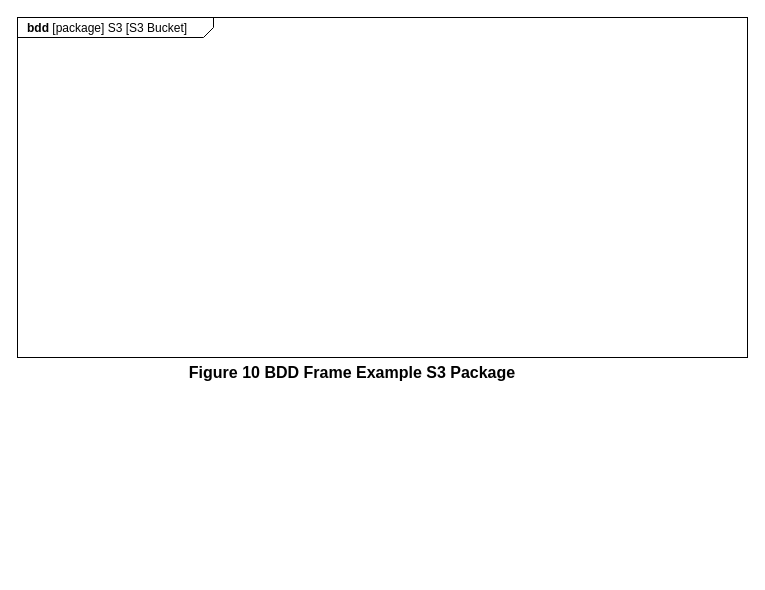
Earlier version of the draw.io diagram page "BDD Frame" (1 of 6) of SysML Lessons/Lesson Views and SVGs/5_BDDs_Blocks&Properties.drawio (JeffreyWerth/AWS-Architecture-Model-Repository). Source tidied: cells renumbered, new cells numbered last; positions are measured from the earlier drawing's top-left corner, leaving out a move shared by most shapes. Both pictures are drawn from the tidied source at 100%, with x=0, y=0 at pixel (17, 17).
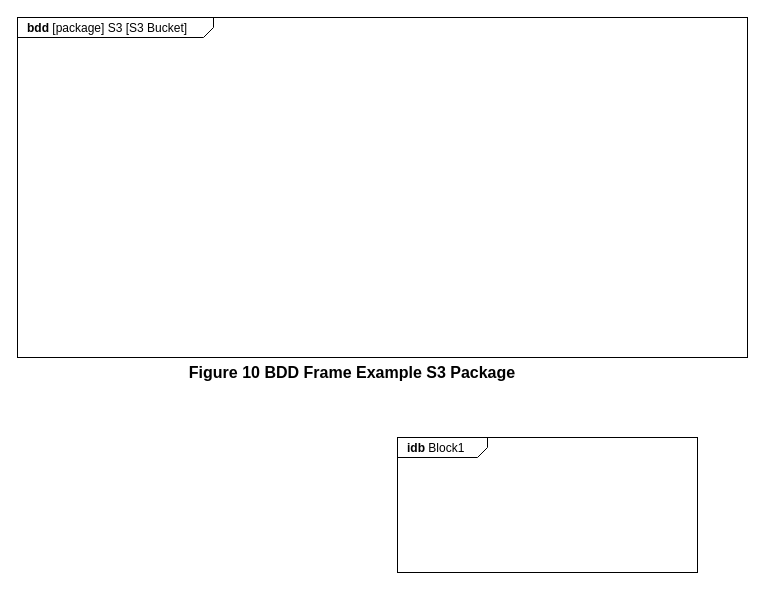
The same diagram, later.

Diff of the diagram source:
```diff
@@
 <mxGraphModel>
   <root>
     <mxCell id="0" />
     <mxCell id="1" parent="0" />
     <mxCell id="2" value="&lt;p style=&quot;margin: 0px ; margin-top: 4px ; margin-left: 10px ; text-align: left&quot;&gt;&lt;b&gt;bdd&lt;/b&gt; [package] S3 [S3 Bucket]&lt;/p&gt;" style="html=1;strokeWidth=1;shape=mxgraph.sysml.package;html=1;overflow=fill;whiteSpace=wrap;fillColor=none;gradientColor=none;fontSize=12;align=center;labelX=196;" parent="1" vertex="1">
       <mxGeometry width="730" height="340" as="geometry" />
     </mxCell>
     <mxCell id="3" value="&lt;font style=&quot;font-size: 16px;&quot;&gt;Figure 10 BDD Frame Example S3 Package&lt;/font&gt;" style="text;html=1;strokeColor=none;fillColor=none;align=center;verticalAlign=middle;whiteSpace=wrap;rounded=0;fontStyle=1;fontSize=16;" parent="1" vertex="1">
       <mxGeometry x="170" y="340" width="330" height="30" as="geometry" />
     </mxCell>
+    <mxCell id="4" value="&lt;p style=&quot;margin:0px;margin-top:4px;margin-left:10px;text-align:left;&quot;&gt;&lt;b&gt;idb&lt;/b&gt;   Block1&lt;/p&gt;" style="html=1;shape=mxgraph.sysml.package;html=1;overflow=fill;whiteSpace=wrap;" parent="1" vertex="1">
+      <mxGeometry x="380" y="420" width="300" height="135" as="geometry" />
+    </mxCell>
   </root>
 </mxGraphModel>
```
